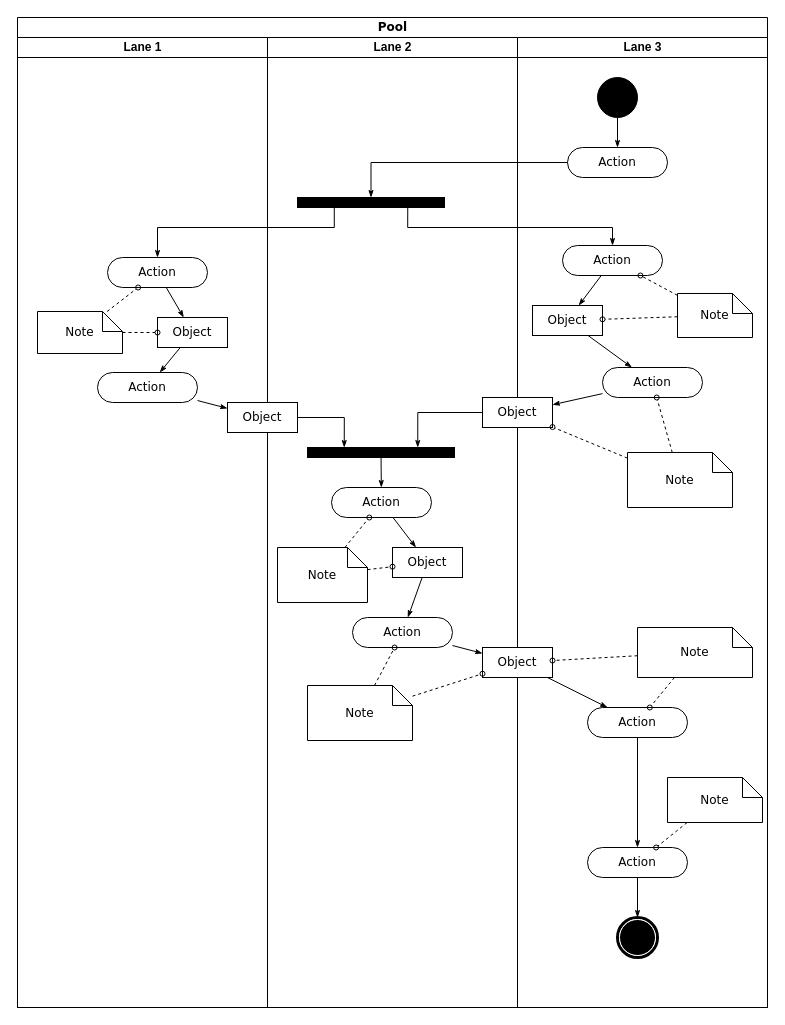
DaveCzako/UdemyTraining keeps this draw.io diagram as Untitled Diagram.drawio. Above is the earlier version. Source tidied: cells renumbered, new cells numbered last; positions are measured from the earlier drawing's top-left corner, leaving out a move shared by most shapes. Both pictures are drawn from the tidied source at 100%, with x=0, y=0 at pixel (17, 17).
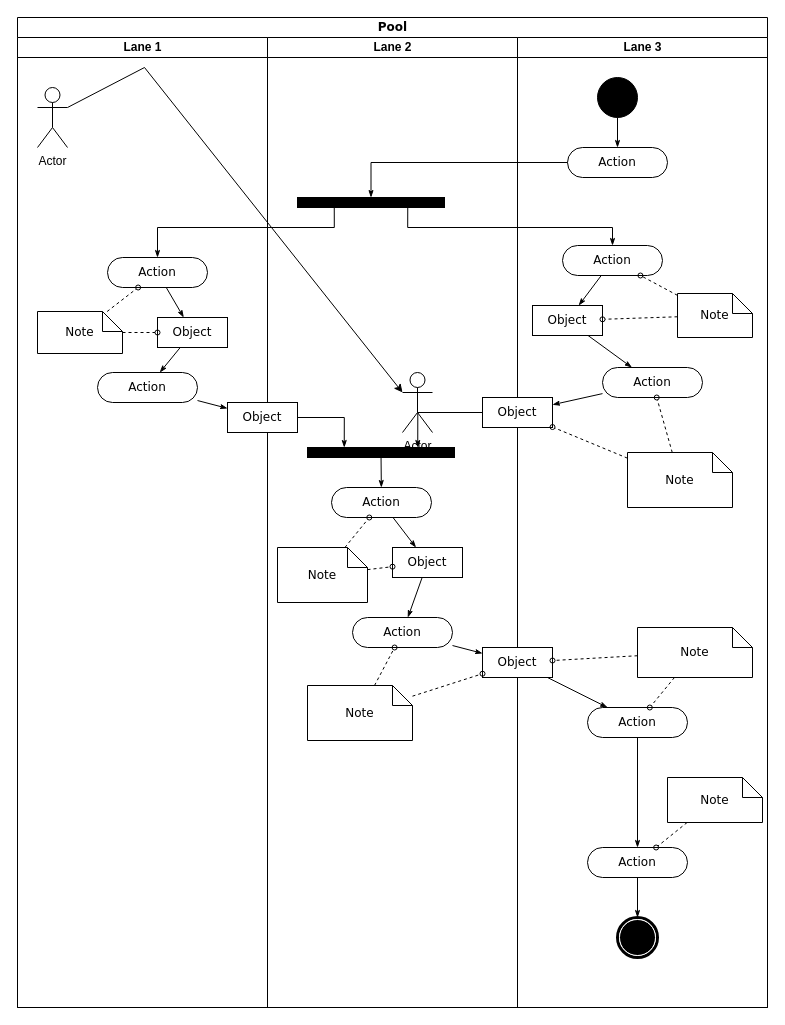
The same diagram, later.

The change refers to these unchanged cells:
```xml
<mxCell id="2" value="Pool" style="swimlane;html=1;startSize=20;rounded=0;shadow=0;comic=0;labelBackgroundColor=none;strokeWidth=1;fontFamily=Verdana;fontSize=12;align=center;" parent="1" vertex="1">
  <mxGeometry width="750" height="990" as="geometry" />
</mxCell>
<mxCell id="3" value="Lane 1" style="swimlane;html=1;startSize=20;" parent="2" vertex="1">
  <mxGeometry y="20" width="250" height="970" as="geometry" />
</mxCell>
<mxCell id="12" value="Lane 2" style="swimlane;html=1;startSize=20;" parent="2" vertex="1">
  <mxGeometry x="250" y="20" width="250" height="970" as="geometry" />
</mxCell>
```

What changed in the source:
```diff
@@
+    <mxCell id="64" value="Actor" style="shape=umlActor;verticalLabelPosition=bottom;verticalAlign=top;html=1;" parent="3" vertex="1">
+      <mxGeometry x="20" y="50" width="30" height="60" as="geometry" />
+    </mxCell>
@@
+    <mxCell id="65" value="Actor" style="shape=umlActor;verticalLabelPosition=bottom;verticalAlign=top;html=1;outlineConnect=0;" parent="12" vertex="1">
+      <mxGeometry x="135" y="335" width="30" height="60" as="geometry" />
+    </mxCell>
@@
+    <mxCell id="66" style="endArrow=classic;html=1;rounded=0;exitX=1;exitY=0.3333333333333333;exitDx=0;exitDy=0;exitPerimeter=0;entryX=0;entryY=0.3333333333333333;entryDx=0;entryDy=0;entryPerimeter=0;" parent="2" edge="1" source="64" target="65">
+      <mxGeometry relative="1" as="geometry">
+        <Array as="points">
+          <mxPoint x="127" y="50" />
+        </Array>
+      </mxGeometry>
+    </mxCell>
```
